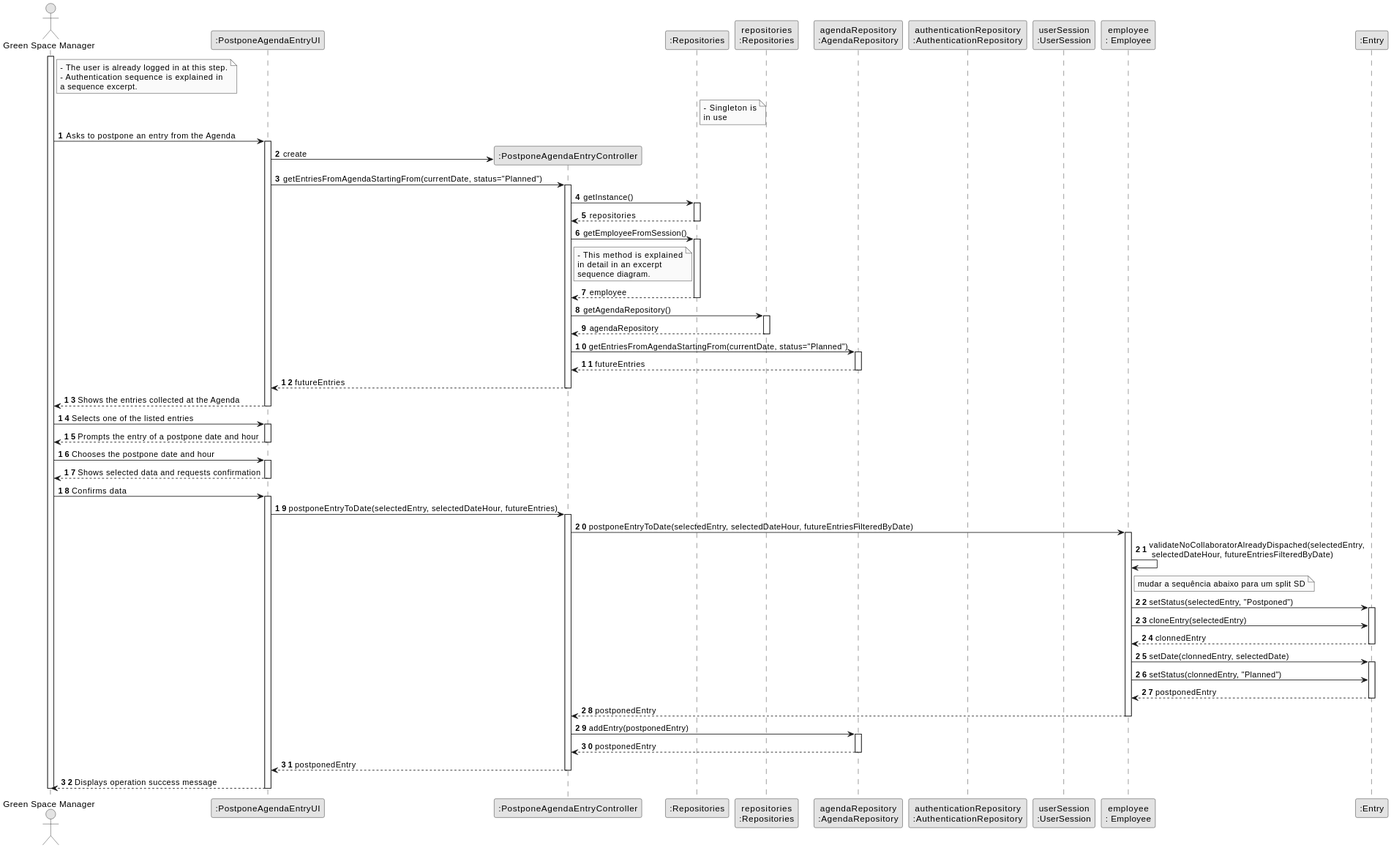
Paulo-Pereira-at-ISEP/lei-24-s2-1nanb-g321 keeps this PlantUML diagram as docs/sprintC/us24/03.design/svg/us24-sequence-diagram-full.svg. Above is the earlier version.
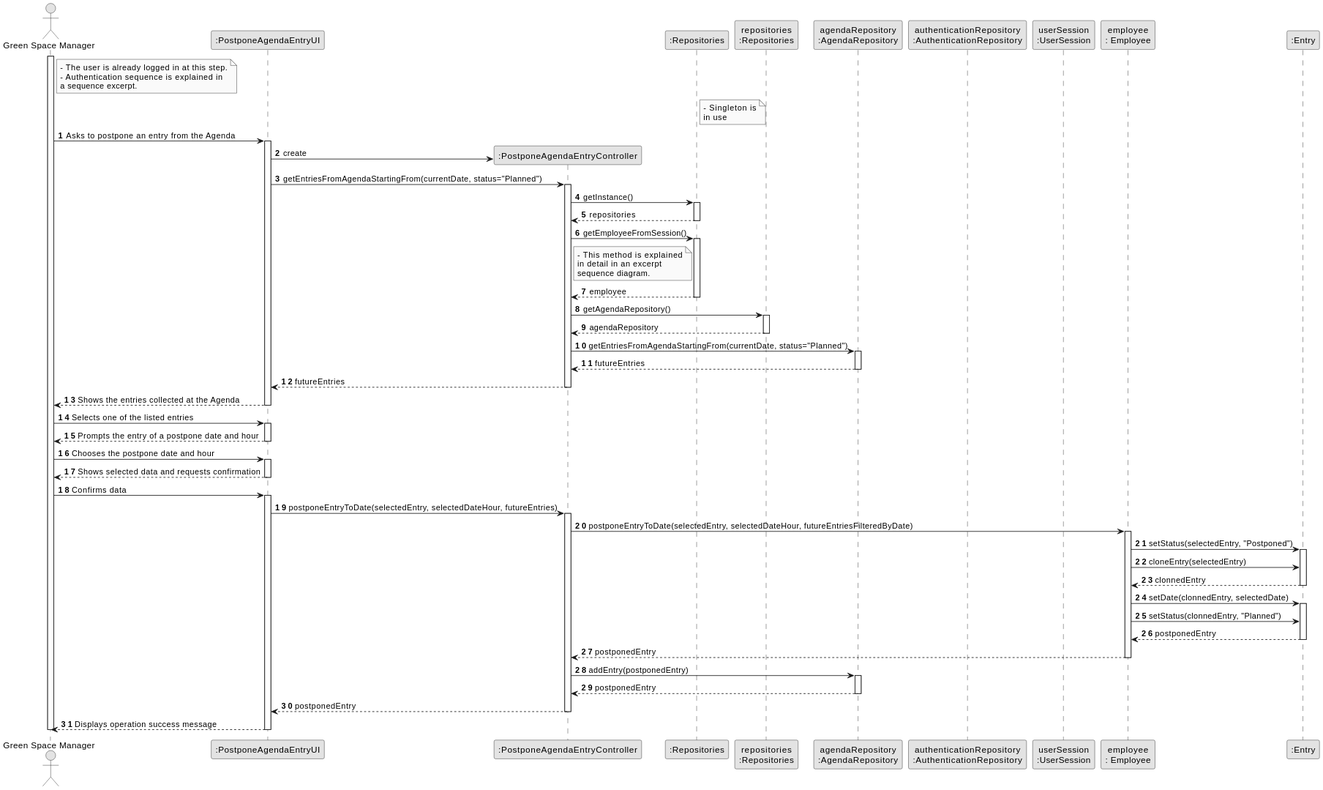
After the change.

The edit, as a diff of the source:
```diff
@@ -112,13 +112,6 @@
 
                     activate MGR
 
-
-                        MGR -> MGR : validateNoCollaboratorAlreadyDispached(selectedEntry,\n selectedDateHour, futureEntriesFilteredByDate)
-
-                        note right MGR
-                        mudar a sequência abaixo para um split SD
-                        end note
-
                         MGR -> entry :setStatus(selectedEntry, "Postponed")
 
                         activate entry
```
